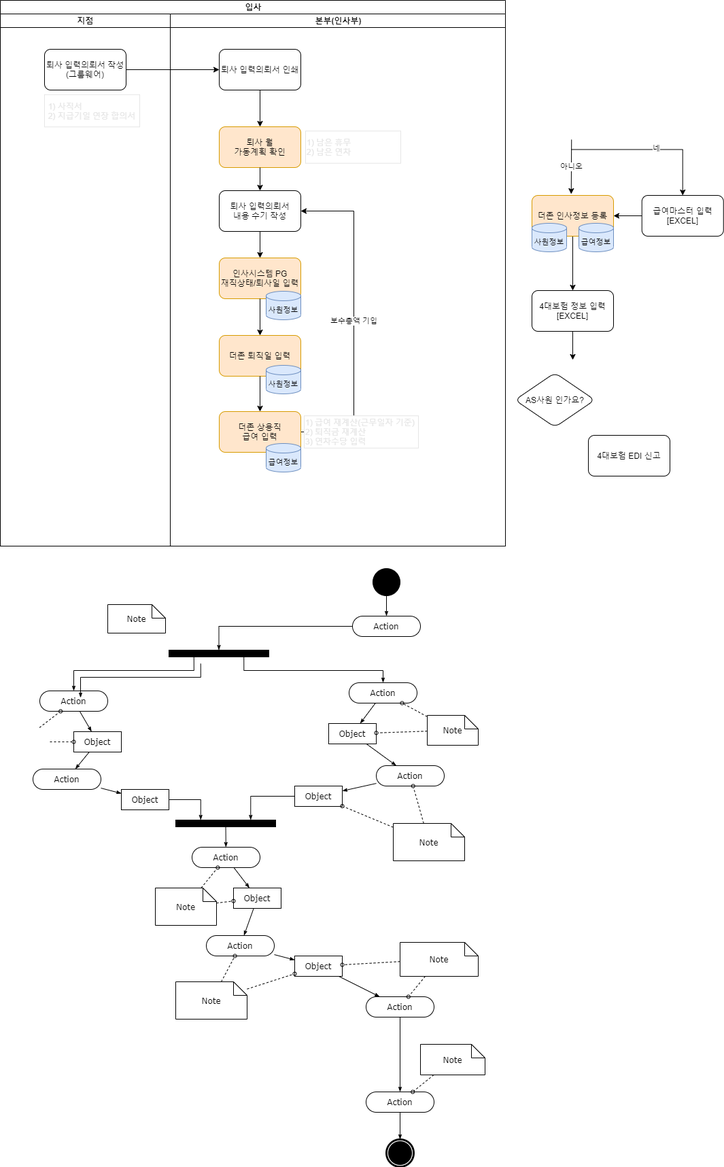
This is Insa_Resignation.drawio의 복사본.png from seunggeunjo/Flow-Chart, a draw.io export, as it was before one commit. Source tidied: cells renumbered, new cells last; positions are measured from the earlier drawing's top-left corner, leaving out a move shared by most shapes.
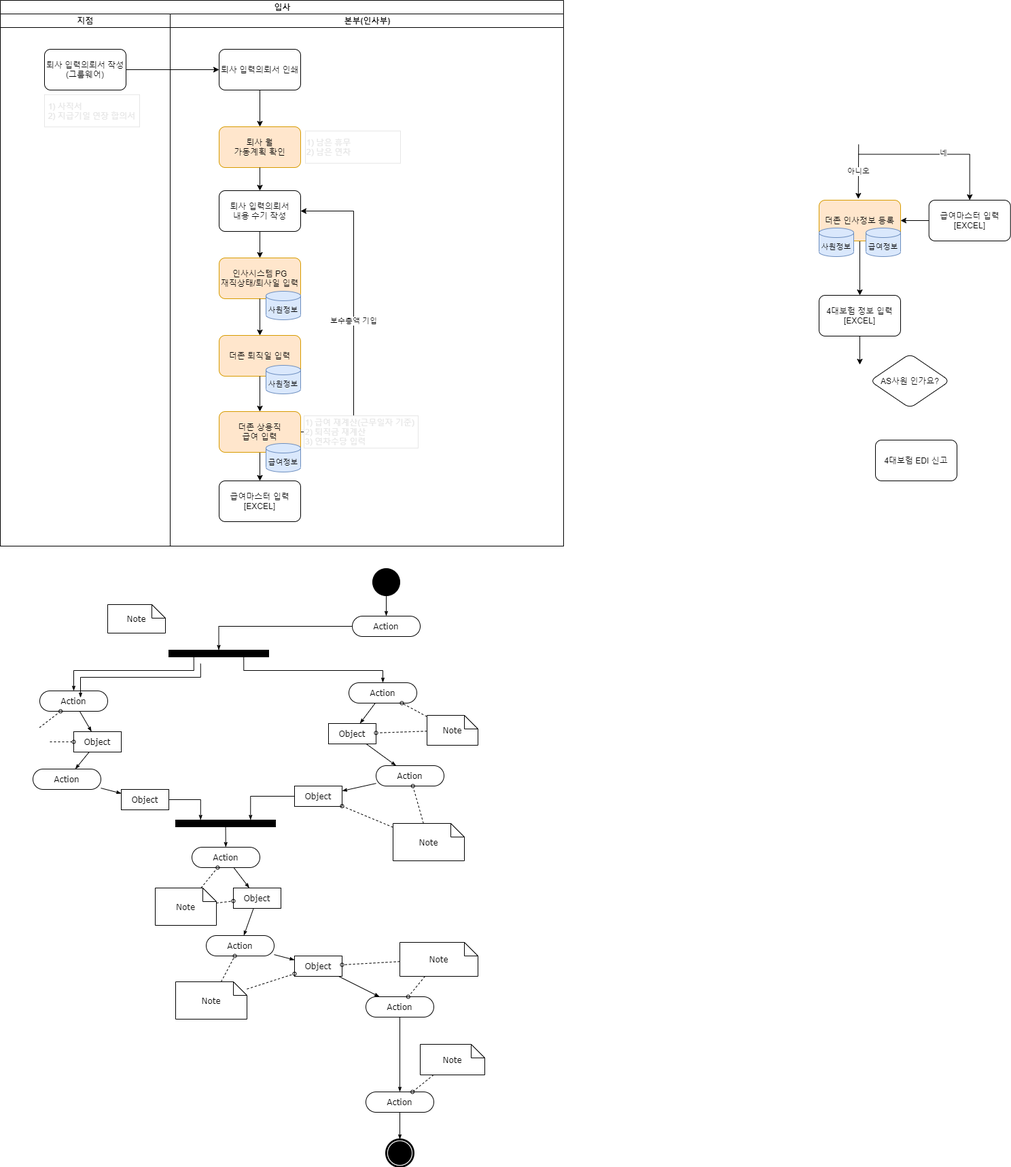
Above is the later version.

Commit message:
Insa_Resignation.drawio의 복사본.png 업데이트

Change to the diagram source:
```diff
@@ -3,7 +3,7 @@
     <mxCell id="0" />
     <mxCell id="1" parent="0" />
     <mxCell id="2" value="입사" style="swimlane;html=1;startSize=20;rounded=0;shadow=0;comic=0;labelBackgroundColor=none;strokeWidth=1;fontFamily=Verdana;fontSize=12;align=center;" parent="1" vertex="1">
-      <mxGeometry width="743" height="803" as="geometry" />
+      <mxGeometry width="829" height="803" as="geometry" />
     </mxCell>
     <mxCell id="3" value="지점" style="swimlane;html=1;startSize=20;" parent="2" vertex="1">
       <mxGeometry y="20" width="250" height="783" as="geometry" />
@@ -18,7 +18,7 @@
       <mxGeometry relative="1" as="geometry" />
     </mxCell>
     <mxCell id="7" value="본부(인사부)" style="swimlane;html=1;startSize=20;" parent="2" vertex="1">
-      <mxGeometry x="250" y="20" width="493" height="783" as="geometry" />
+      <mxGeometry x="250" y="20" width="579" height="783" as="geometry" />
     </mxCell>
     <mxCell id="8" value="퇴사 입력의뢰서 인쇄" style="whiteSpace=wrap;html=1;rounded=1;" parent="7" vertex="1">
       <mxGeometry x="72" y="52" width="120" height="60" as="geometry" />
@@ -33,19 +33,19 @@
       <mxGeometry relative="1" as="geometry" />
     </mxCell>
     <mxCell id="12" value="더존 인사정보 등록" style="whiteSpace=wrap;html=1;rounded=1;fillColor=#ffe6cc;strokeColor=#d79b00;" parent="7" vertex="1">
-      <mxGeometry x="532" y="267" width="120" height="60" as="geometry" />
+      <mxGeometry x="955" y="274" width="120" height="60" as="geometry" />
     </mxCell>
     <mxCell id="13" value="아니오" style="endArrow=classic;html=1;rounded=0;fontSize=11;" parent="7" edge="1">
       <mxGeometry relative="1" as="geometry">
-        <mxPoint x="590.2" y="185" as="sourcePoint" />
-        <mxPoint x="589.8" y="265" as="targetPoint" />
+        <mxPoint x="1013.2" y="192" as="sourcePoint" />
+        <mxPoint x="1012.8" y="272" as="targetPoint" />
       </mxGeometry>
     </mxCell>
     <mxCell id="14" style="edgeStyle=elbowEdgeStyle;elbow=horizontal;endArrow=classic;html=1;rounded=0;fontSize=11;entryX=0.5;entryY=0;entryDx=0;entryDy=0;" parent="7" edge="1" target="17">
       <mxGeometry relative="1" as="geometry">
-        <mxPoint x="589.8" y="199.5" as="sourcePoint" />
+        <mxPoint x="1012.8" y="206.5" as="sourcePoint" />
         <Array as="points">
-          <mxPoint x="753.8" y="200" />
+          <mxPoint x="1176.8" y="207" />
         </Array>
       </mxGeometry>
     </mxCell>
@@ -58,20 +58,20 @@
       <mxGeometry relative="1" as="geometry" />
     </mxCell>
     <mxCell id="17" value="급여마스터 입력&lt;br&gt;[EXCEL]" style="whiteSpace=wrap;html=1;rounded=1;" parent="7" vertex="1">
-      <mxGeometry x="693.8" y="267" width="120" height="60" as="geometry" />
+      <mxGeometry x="1116.8" y="274" width="120" height="60" as="geometry" />
     </mxCell>
     <mxCell id="18" value="&lt;div&gt;&lt;span&gt;&lt;br&gt;&lt;/span&gt;&lt;/div&gt;&lt;div&gt;&lt;span&gt;사원정보&lt;/span&gt;&lt;/div&gt;" style="strokeWidth=1;html=1;shape=mxgraph.flowchart.database;whiteSpace=wrap;fontSize=11;fillColor=#dae8fc;strokeColor=#6c8ebf;align=center;" parent="7" vertex="1">
-      <mxGeometry x="532" y="308" width="51" height="42" as="geometry" />
+      <mxGeometry x="955" y="315" width="51" height="42" as="geometry" />
     </mxCell>
     <mxCell id="19" value="&lt;div&gt;&lt;br&gt;&lt;/div&gt;&lt;div&gt;급여정보&lt;/div&gt;" style="strokeWidth=1;html=1;shape=mxgraph.flowchart.database;whiteSpace=wrap;fontSize=11;fillColor=#dae8fc;strokeColor=#6c8ebf;align=center;" parent="7" vertex="1">
-      <mxGeometry x="601" y="308" width="51" height="42" as="geometry" />
+      <mxGeometry x="1024" y="315" width="51" height="42" as="geometry" />
     </mxCell>
     <mxCell id="20" value="4대보험 정보 입력&lt;br&gt;[EXCEL]" style="rounded=1;whiteSpace=wrap;html=1;" parent="7" vertex="1">
-      <mxGeometry x="532" y="407" width="120" height="60" as="geometry" />
+      <mxGeometry x="955" y="414" width="120" height="60" as="geometry" />
     </mxCell>
     <mxCell id="21" style="edgeStyle=orthogonalEdgeStyle;rounded=0;jettySize=auto;html=1;fontSize=11;" parent="7" edge="1" source="20">
       <mxGeometry relative="1" as="geometry">
-        <mxPoint x="592" y="509" as="targetPoint" />
+        <mxPoint x="1015" y="516" as="targetPoint" />
       </mxGeometry>
     </mxCell>
     <mxCell id="22" value="&lt;div&gt;&lt;span&gt;&lt;font color=&quot;#e6e6e6&quot;&gt;1) 남은 휴무&lt;/font&gt;&lt;/span&gt;&lt;/div&gt;&lt;div&gt;&lt;span&gt;&lt;font color=&quot;#e6e6e6&quot;&gt;2) 남은 연차&lt;/font&gt;&lt;/span&gt;&lt;/div&gt;" style="whiteSpace=wrap;html=1;align=left;newEdgeStyle={&quot;edgeStyle&quot;:&quot;elbowEdgeStyle&quot;,&quot;startArrow&quot;:&quot;none&quot;,&quot;endArrow&quot;:&quot;none&quot;};strokeColor=#E6E6E6;" parent="7" vertex="1">
@@ -111,6 +111,9 @@
         </Array>
       </mxGeometry>
     </mxCell>
+    <mxCell id="97" style="edgeStyle=orthogonalEdgeStyle;rounded=0;jettySize=auto;html=1;exitX=0.5;exitY=1;exitDx=0;exitDy=0;fontColor=#000000;" parent="7" edge="1" source="32" target="98">
+      <mxGeometry relative="1" as="geometry" />
+    </mxCell>
     <mxCell id="32" value="더존 상용직&lt;br&gt;급여 입력" style="whiteSpace=wrap;html=1;rounded=1;strokeColor=#d79b00;fillColor=#ffe6cc;" parent="7" vertex="1">
       <mxGeometry x="72" y="585" width="120" height="60" as="geometry" />
     </mxCell>
@@ -123,6 +126,9 @@
     <mxCell id="35" value="&lt;div&gt;&lt;br&gt;&lt;/div&gt;&lt;div&gt;급여정보&lt;/div&gt;" style="strokeWidth=1;html=1;shape=mxgraph.flowchart.database;whiteSpace=wrap;fontSize=11;fillColor=#dae8fc;strokeColor=#6c8ebf;align=center;" parent="7" vertex="1">
       <mxGeometry x="141" y="632" width="51" height="42" as="geometry" />
     </mxCell>
+    <mxCell id="98" value="급여마스터 입력&lt;br&gt;[EXCEL]" style="whiteSpace=wrap;html=1;rounded=1;" parent="7" vertex="1">
+      <mxGeometry x="72" y="687" width="120" height="60" as="geometry" />
+    </mxCell>
     <mxCell id="36" style="edgeStyle=none;rounded=0;html=1;labelBackgroundColor=none;startArrow=none;startFill=0;startSize=5;endArrow=classicThin;endFill=1;endSize=5;jettySize=auto;strokeWidth=1;fontFamily=Verdana;fontSize=12;" parent="1" edge="1" source="37" target="40">
       <mxGeometry relative="1" as="geometry" />
     </mxCell>
@@ -326,10 +332,10 @@
       </mxGeometry>
     </mxCell>
     <mxCell id="95" value="4대보험 EDI 신고" style="rounded=1;whiteSpace=wrap;html=1;" parent="1" vertex="1">
-      <mxGeometry x="865" y="640" width="120" height="60" as="geometry" />
+      <mxGeometry x="1288" y="647" width="120" height="60" as="geometry" />
     </mxCell>
     <mxCell id="96" value="AS사원 인가요?" style="rhombus;whiteSpace=wrap;html=1;rounded=1;" parent="1" vertex="1">
-      <mxGeometry x="757" y="548" width="117.5" height="80" as="geometry" />
+      <mxGeometry x="1280" y="520" width="117.5" height="80" as="geometry" />
     </mxCell>
   </root>
 </mxGraphModel>
```
